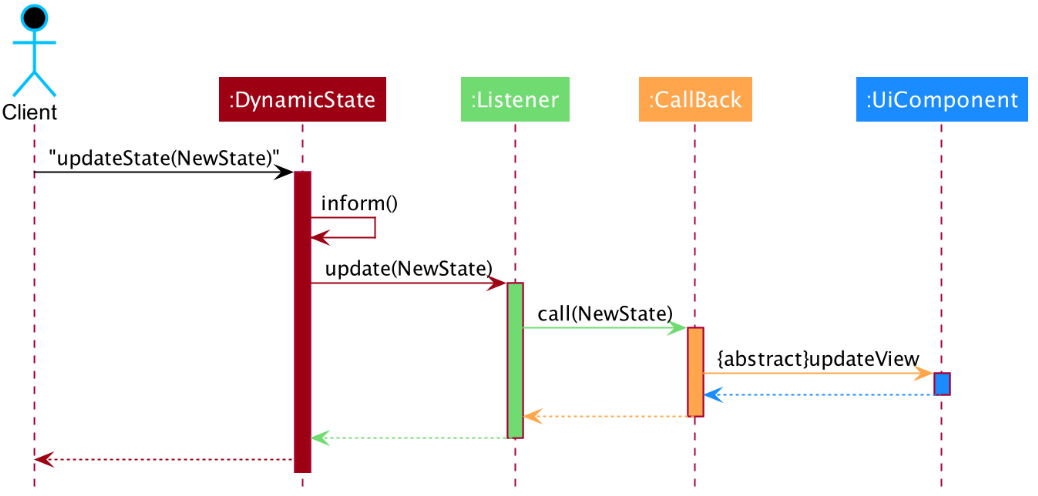
Above: docs/images/UiListenerUpdateSequence.png in petrickjerico/tp (PlantUML), before the change. Its source is kept beside it as docs/diagrams/UiListenerUpdateSequence.puml. Source of this version:
```plantuml
@startuml
!include style.puml

Actor Client as client USER_COLOR
Participant ":DynamicState" as state MODEL_COLOR_T2
Participant ":Listener" as listener LISTENER_COLOR
Participant ":CallBack" as callback CALLBACK_COLOR
Participant ":UiComponent" as component UI_COMPONENT_COLOR

skinparam sequence {
ActorBorderColor DeepSkyBlue
ParticipantBorderColor transparent
}


client -[USER_COLOR]> state : "updateState(NewState)"
activate state MODEL_COLOR

state -[MODEL_COLOR]> state : inform()

state -[MODEL_COLOR]> listener : update(NewState)
activate listener LISTENER_COLOR

listener -[LISTENER_COLOR]> callback : call(NewState)
activate callback CALLBACK_COLOR

callback -[CALLBACK_COLOR]> component : {abstract}updateView
activate component UI_COMPONENT_COLOR

component -[UI_COMPONENT_COLOR]-> callback
deactivate component

callback -[CALLBACK_COLOR]-> listener
deactivate callback

listener -[LISTENER_COLOR]-> state
deactivate listener

state -[MODEL_COLOR]-> client
@enduml
```
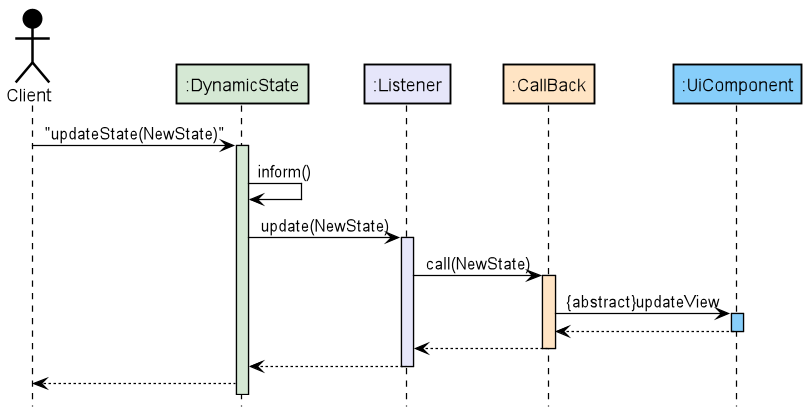
After the commit.

Diff of the diagram source:
```diff
@@ -2,39 +2,43 @@
 !include style.puml
 
 Actor Client as client USER_COLOR
-Participant ":DynamicState" as state MODEL_COLOR_T2
+Participant ":DynamicState" as state MODEL_COLOR
 Participant ":Listener" as listener LISTENER_COLOR
 Participant ":CallBack" as callback CALLBACK_COLOR
 Participant ":UiComponent" as component UI_COMPONENT_COLOR
 
 skinparam sequence {
-ActorBorderColor DeepSkyBlue
-ParticipantBorderColor transparent
+participantBorderColor #000000
+ArrowColor #000000
+ActorBorderColor #000000
+LifeLineBorderColor #000000
+LifeLineBackgroundColor #000000
 }
 
+skinparam sequenceBoxBorderColor #black
 
-client -[USER_COLOR]> state : "updateState(NewState)"
+client -> state : "updateState(NewState)"
 activate state MODEL_COLOR
 
-state -[MODEL_COLOR]> state : inform()
+state -> state : inform()
 
-state -[MODEL_COLOR]> listener : update(NewState)
+state -> listener : update(NewState)
 activate listener LISTENER_COLOR
 
-listener -[LISTENER_COLOR]> callback : call(NewState)
+listener -> callback : call(NewState)
 activate callback CALLBACK_COLOR
 
-callback -[CALLBACK_COLOR]> component : {abstract}updateView
+callback -> component : {abstract}updateView
 activate component UI_COMPONENT_COLOR
 
-component -[UI_COMPONENT_COLOR]-> callback
+component --> callback
 deactivate component
 
-callback -[CALLBACK_COLOR]-> listener
+callback --> listener
 deactivate callback
 
-listener -[LISTENER_COLOR]-> state
+listener --> state
 deactivate listener
 
-state -[MODEL_COLOR]-> client
+state --> client
 @enduml
```
